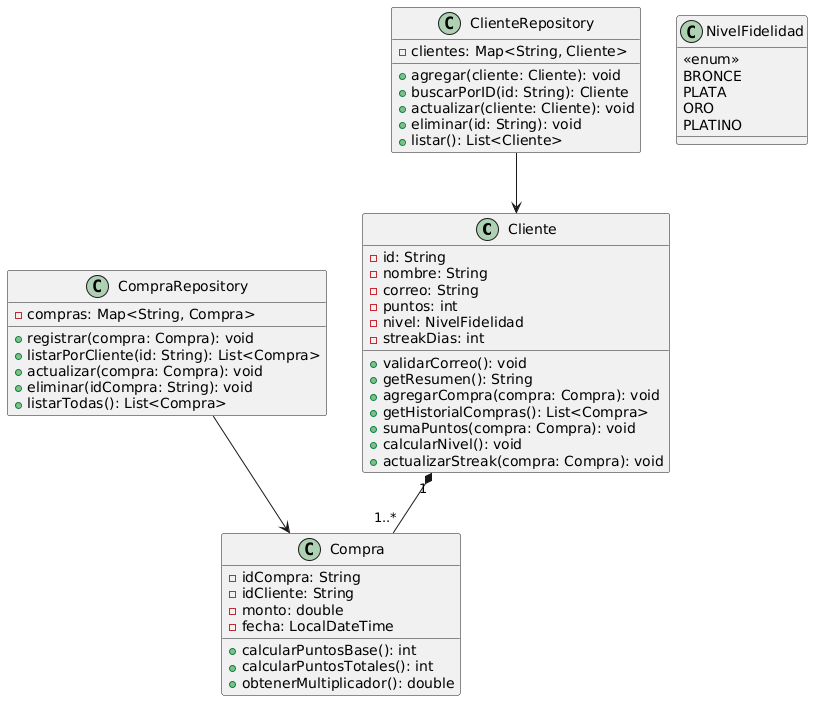
Darmitho/Tarjeta-de-Fidelidad-Gamificada keeps this PlantUML diagram as docs/UML_Tarjeta_De_Fidelidad_Gamificada.png. Above is the earlier version.
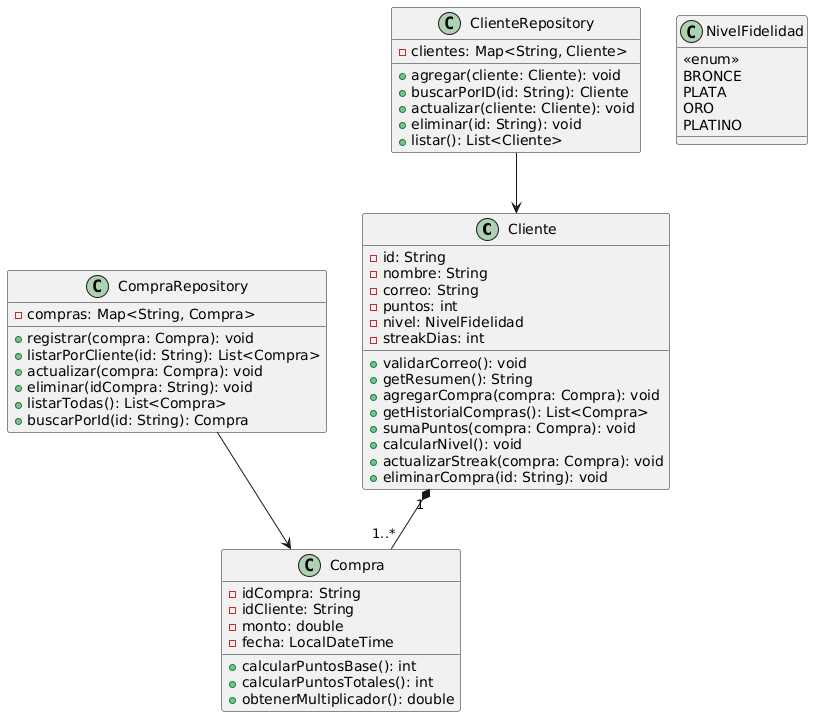
Later version of the same file.

Commit message:
actualizar imagen UML

What changed in the source:
```diff
@@ -13,6 +13,7 @@
     + sumaPuntos(compra: Compra): void
     + calcularNivel(): void
     + actualizarStreak(compra: Compra): void
+    + eliminarCompra(id: String): void
 }
 
 class Compra {
@@ -49,6 +50,7 @@
     + actualizar(compra: Compra): void
     + eliminar(idCompra: String): void
     + listarTodas(): List<Compra>
+    +buscarPorId(id: String): Compra
 }
 
 Cliente "1" *-- "1..*" Compra
```
